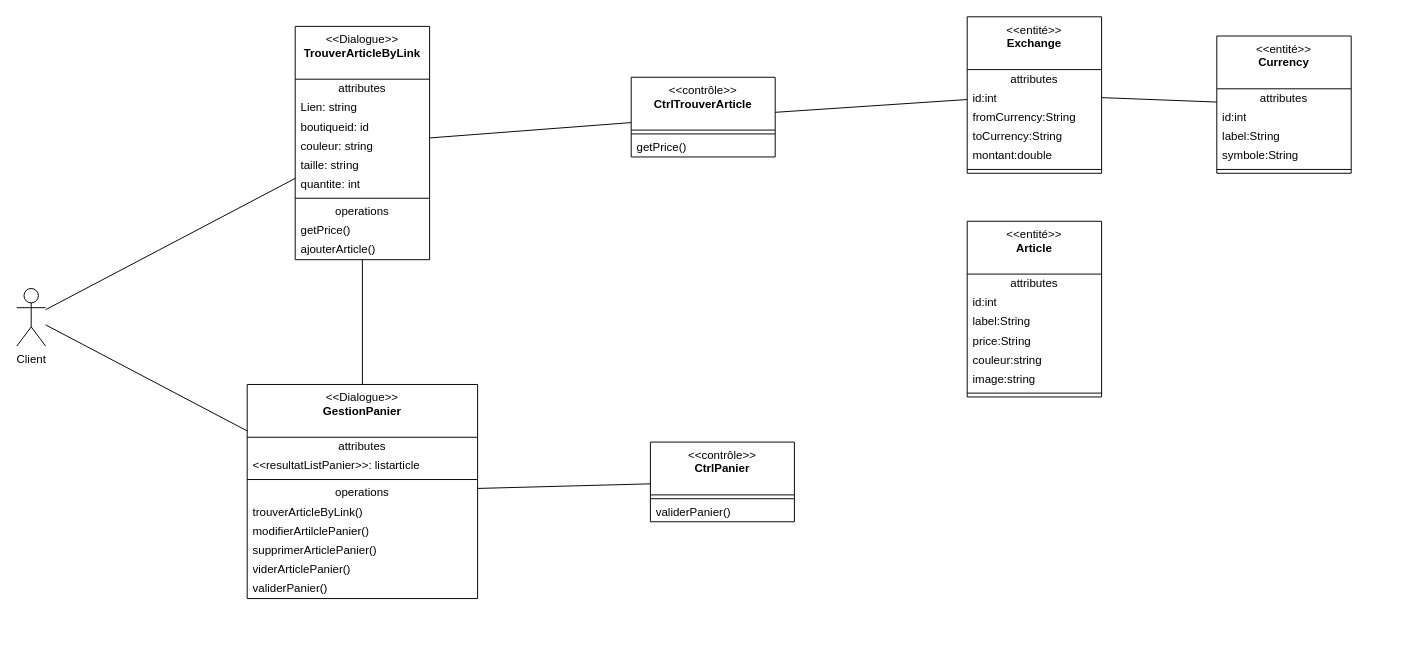
kbvac/Diagramme-UML keeps this draw.io diagram as page "DCP-MFS1" (3 of 3) of Diagramme_MyFrench_Shop.drawio. Above is the earlier version. Source tidied: cells renumbered, new cells numbered last; positions are measured from the earlier drawing's top-left corner, leaving out a move shared by most shapes. Both pictures are drawn from the tidied source at 96%, with x=0, y=0 at pixel (16, 16).
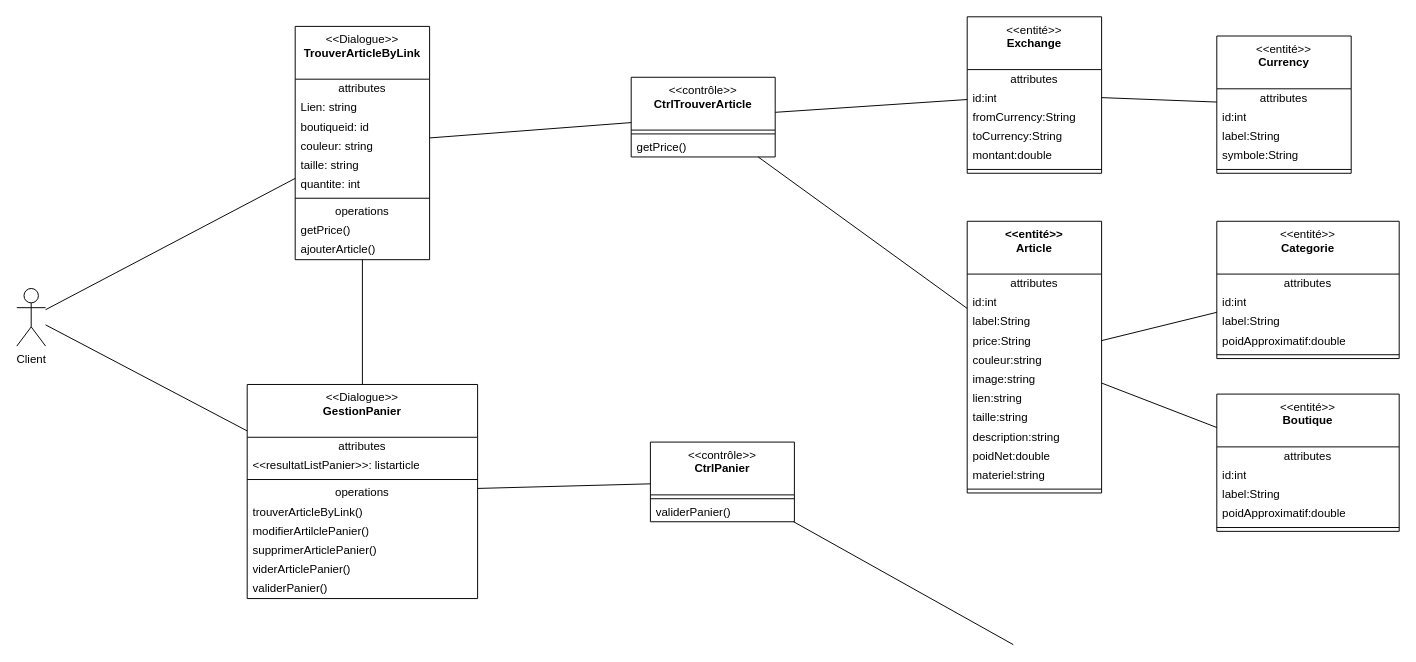
Above is the later version.

Unchanged cells that the change refers to:
```xml
<mxCell id="27" value="&amp;lt;&amp;lt;contrôle&amp;gt;&amp;gt;&lt;br&gt;&lt;b&gt;CtrlPanier&lt;/b&gt;" style="swimlane;fontStyle=0;align=center;verticalAlign=top;horizontal=1;startSize=55;html=1;whiteSpace=wrap;" parent="1" vertex="1">
  <mxGeometry x="660" y="443" width="150" height="83" as="geometry" />
</mxCell>
<mxCell id="31" value="&amp;lt;&amp;lt;contrôle&amp;gt;&amp;gt;&lt;br&gt;&lt;b&gt;CtrlTrouverArticle&lt;/b&gt;" style="swimlane;fontStyle=0;align=center;verticalAlign=top;horizontal=1;startSize=55;html=1;whiteSpace=wrap;" parent="1" vertex="1">
  <mxGeometry x="640" y="63" width="150" height="83" as="geometry" />
</mxCell>
```

What changed in the source:
```diff
@@
-    <mxCell id="50" value="&amp;lt;&amp;lt;entité&amp;gt;&amp;gt;&lt;br&gt;&lt;b&gt;Article&lt;/b&gt;" style="swimlane;fontStyle=0;align=center;verticalAlign=top;horizontal=1;startSize=55;html=1;whiteSpace=wrap;" parent="1" vertex="1">
-      <mxGeometry x="990" y="213" width="140" height="183" as="geometry" />
+    <mxCell id="50" value="&amp;lt;&amp;lt;entité&amp;gt;&amp;gt;&lt;br&gt;&lt;span&gt;Article&lt;/span&gt;" style="swimlane;fontStyle=1;align=center;verticalAlign=top;horizontal=1;startSize=55;html=1;whiteSpace=wrap;" parent="1" vertex="1">
+      <mxGeometry x="990" y="213" width="140" height="283" as="geometry" />
     </mxCell>
@@
+    <mxCell id="58" value="lien:string" style="text;html=1;strokeColor=none;fillColor=none;align=left;verticalAlign=middle;spacingLeft=4;spacingRight=4;overflow=hidden;whiteSpace=wrap;" parent="50" vertex="1">
+      <mxGeometry y="175" width="140" height="20" as="geometry" />
+    </mxCell>
+    <mxCell id="59" value="taille:string" style="text;html=1;strokeColor=none;fillColor=none;align=left;verticalAlign=middle;spacingLeft=4;spacingRight=4;overflow=hidden;whiteSpace=wrap;" parent="50" vertex="1">
+      <mxGeometry y="195" width="140" height="20" as="geometry" />
+    </mxCell>
+    <mxCell id="60" value="description:string" style="text;html=1;strokeColor=none;fillColor=none;align=left;verticalAlign=middle;spacingLeft=4;spacingRight=4;overflow=hidden;whiteSpace=wrap;" parent="50" vertex="1">
+      <mxGeometry y="215" width="140" height="20" as="geometry" />
+    </mxCell>
+    <mxCell id="61" value="poidNet:double" style="text;html=1;strokeColor=none;fillColor=none;align=left;verticalAlign=middle;spacingLeft=4;spacingRight=4;overflow=hidden;whiteSpace=wrap;" parent="50" vertex="1">
+      <mxGeometry y="235" width="140" height="20" as="geometry" />
+    </mxCell>
+    <mxCell id="62" value="materiel:string" style="text;html=1;strokeColor=none;fillColor=none;align=left;verticalAlign=middle;spacingLeft=4;spacingRight=4;overflow=hidden;whiteSpace=wrap;" parent="50" vertex="1">
+      <mxGeometry y="255" width="140" height="20" as="geometry" />
+    </mxCell>
     <mxCell id="57" style="line;strokeWidth=1;fillColor=none;align=left;verticalAlign=middle;spacingTop=-1;spacingLeft=3;spacingRight=3;labelPosition=right;" parent="50" vertex="1">
-      <mxGeometry y="175" width="140" height="8" as="geometry" />
+      <mxGeometry y="275" width="140" height="8" as="geometry" />
     </mxCell>
+    <mxCell id="63" value="&amp;lt;&amp;lt;entité&amp;gt;&amp;gt;&lt;br&gt;&lt;b&gt;Categorie&lt;/b&gt;" style="swimlane;fontStyle=0;align=center;verticalAlign=top;horizontal=1;startSize=55;html=1;whiteSpace=wrap;" parent="1" vertex="1">
+      <mxGeometry x="1250" y="213" width="190" height="143" as="geometry" />
+    </mxCell>
+    <mxCell id="64" value="attributes" style="text;html=1;strokeColor=none;fillColor=none;align=center;verticalAlign=middle;spacingLeft=4;spacingRight=4;overflow=hidden;whiteSpace=wrap;" parent="63" vertex="1">
+      <mxGeometry y="55" width="190" height="20" as="geometry" />
+    </mxCell>
+    <mxCell id="65" value="id:int" style="text;html=1;strokeColor=none;fillColor=none;align=left;verticalAlign=middle;spacingLeft=4;spacingRight=4;overflow=hidden;whiteSpace=wrap;" parent="63" vertex="1">
+      <mxGeometry y="75" width="190" height="20" as="geometry" />
+    </mxCell>
+    <mxCell id="66" value="label:String" style="text;html=1;strokeColor=none;fillColor=none;align=left;verticalAlign=middle;spacingLeft=4;spacingRight=4;overflow=hidden;whiteSpace=wrap;" parent="63" vertex="1">
+      <mxGeometry y="95" width="190" height="20" as="geometry" />
+    </mxCell>
+    <mxCell id="67" value="poidApproximatif:double" style="text;html=1;strokeColor=none;fillColor=none;align=left;verticalAlign=middle;spacingLeft=4;spacingRight=4;overflow=hidden;whiteSpace=wrap;" parent="63" vertex="1">
+      <mxGeometry y="115" width="190" height="20" as="geometry" />
+    </mxCell>
+    <mxCell id="68" style="line;strokeWidth=1;fillColor=none;align=left;verticalAlign=middle;spacingTop=-1;spacingLeft=3;spacingRight=3;labelPosition=right;" parent="63" vertex="1">
+      <mxGeometry y="135" width="190" height="8" as="geometry" />
+    </mxCell>
+    <mxCell id="69" style="endArrow=none;startArrow=none;endFill=0;startFill=0;endSize=8;html=1;verticalAlign=bottom;labelBackgroundColor=none;strokeWidth=1;rounded=0;" parent="1" edge="1" source="63" target="50">
+      <mxGeometry relative="1" as="geometry" />
+    </mxCell>
+    <mxCell id="70" value="&amp;lt;&amp;lt;entité&amp;gt;&amp;gt;&lt;br&gt;&lt;b&gt;Boutique&lt;/b&gt;" style="swimlane;fontStyle=0;align=center;verticalAlign=top;horizontal=1;startSize=55;html=1;whiteSpace=wrap;" parent="1" vertex="1">
+      <mxGeometry x="1250" y="393" width="190" height="143" as="geometry" />
+    </mxCell>
+    <mxCell id="71" value="attributes" style="text;html=1;strokeColor=none;fillColor=none;align=center;verticalAlign=middle;spacingLeft=4;spacingRight=4;overflow=hidden;whiteSpace=wrap;" parent="70" vertex="1">
+      <mxGeometry y="55" width="190" height="20" as="geometry" />
+    </mxCell>
+    <mxCell id="72" value="id:int" style="text;html=1;strokeColor=none;fillColor=none;align=left;verticalAlign=middle;spacingLeft=4;spacingRight=4;overflow=hidden;whiteSpace=wrap;" parent="70" vertex="1">
+      <mxGeometry y="75" width="190" height="20" as="geometry" />
+    </mxCell>
+    <mxCell id="73" value="label:String" style="text;html=1;strokeColor=none;fillColor=none;align=left;verticalAlign=middle;spacingLeft=4;spacingRight=4;overflow=hidden;whiteSpace=wrap;" parent="70" vertex="1">
+      <mxGeometry y="95" width="190" height="20" as="geometry" />
+    </mxCell>
+    <mxCell id="74" value="poidApproximatif:double" style="text;html=1;strokeColor=none;fillColor=none;align=left;verticalAlign=middle;spacingLeft=4;spacingRight=4;overflow=hidden;whiteSpace=wrap;" parent="70" vertex="1">
+      <mxGeometry y="115" width="190" height="20" as="geometry" />
+    </mxCell>
+    <mxCell id="75" style="line;strokeWidth=1;fillColor=none;align=left;verticalAlign=middle;spacingTop=-1;spacingLeft=3;spacingRight=3;labelPosition=right;" parent="70" vertex="1">
+      <mxGeometry y="135" width="190" height="8" as="geometry" />
+    </mxCell>
+    <mxCell id="76" style="endArrow=none;startArrow=none;endFill=0;startFill=0;endSize=8;html=1;verticalAlign=bottom;labelBackgroundColor=none;strokeWidth=1;rounded=0;" parent="1" edge="1" source="70" target="50">
+      <mxGeometry relative="1" as="geometry" />
+    </mxCell>
+    <mxCell id="77" style="endArrow=none;startArrow=none;endFill=0;startFill=0;endSize=8;html=1;verticalAlign=bottom;labelBackgroundColor=none;strokeWidth=1;rounded=0;" parent="1" edge="1" source="50" target="31">
+      <mxGeometry relative="1" as="geometry" />
+    </mxCell>
+    <mxCell id="78" style="endArrow=none;startArrow=none;endFill=0;startFill=0;endSize=8;html=1;verticalAlign=bottom;labelBackgroundColor=none;strokeWidth=1;rounded=0;" parent="1" edge="1" target="27">
+      <mxGeometry relative="1" as="geometry">
+        <mxPoint x="1038" y="654" as="sourcePoint" />
+      </mxGeometry>
+    </mxCell>
```
